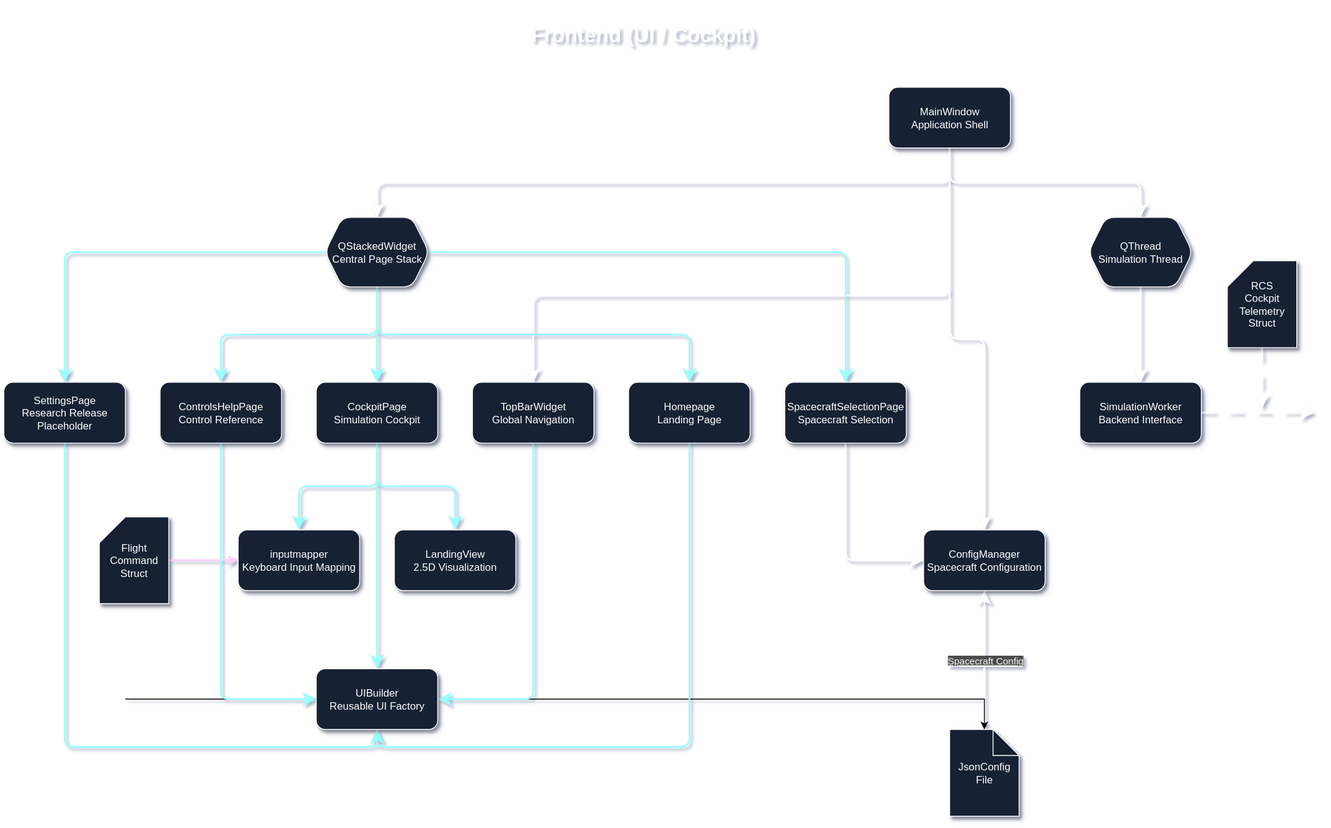
This is static/img/architecture/FrontEnd.drawio.svg from gerd-lrt-dev/aerospace-simulation, a draw.io export, as it was before one commit. Source tidied: cells renumbered, new cells last; positions are measured from the earlier drawing's top-left corner, leaving out a move shared by most shapes.
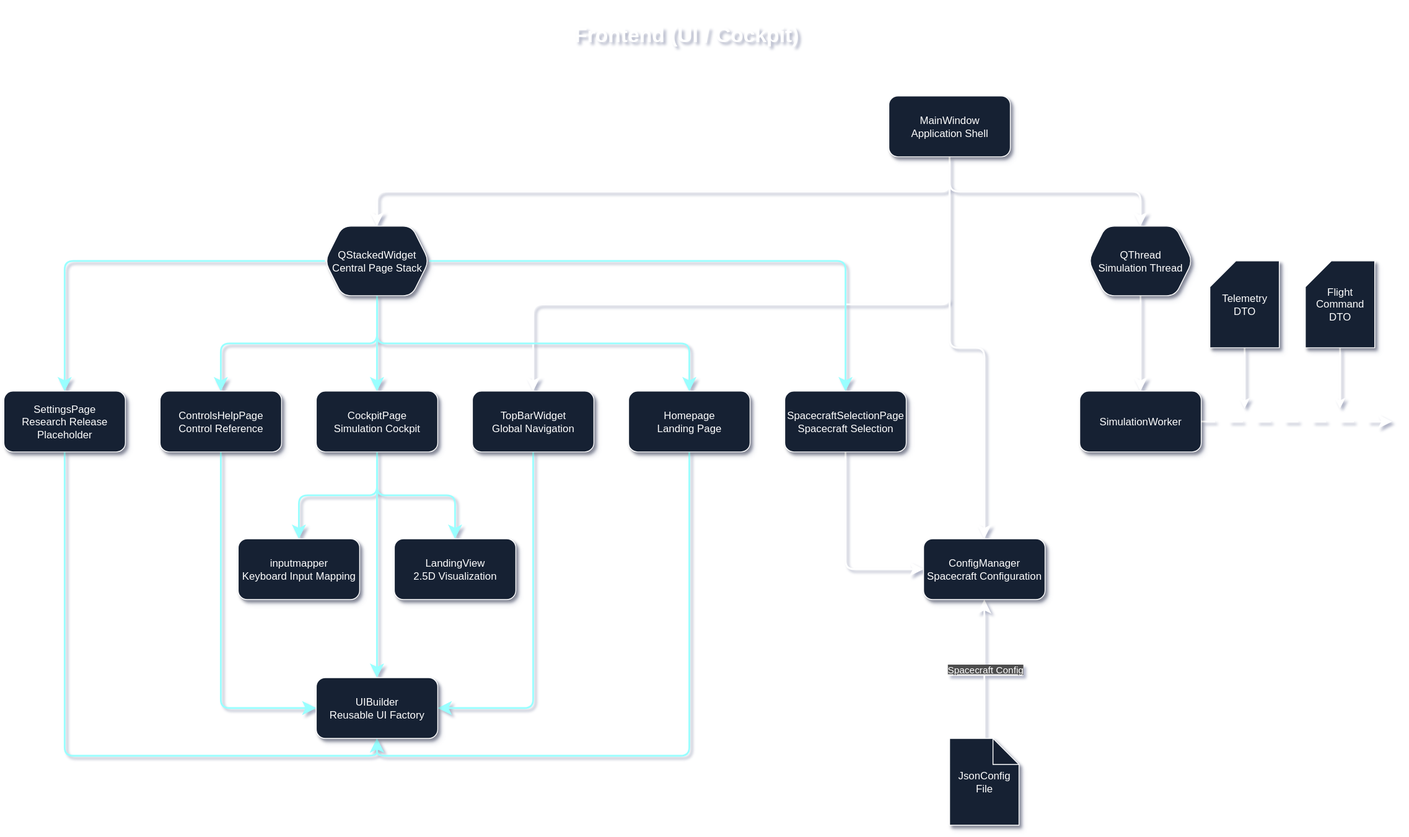
Above is the later version.

The edit, as a diff of the source:
```diff
@@ -9,7 +9,7 @@
       </mxGeometry>
     </mxCell>
     <mxCell id="3" value="&lt;h1&gt;&lt;b&gt;&lt;font style=&quot;color: rgb(255, 255, 255);&quot;&gt;Frontend (UI / Cockpit)&lt;/font&gt;&lt;/b&gt;&lt;/h1&gt;" style="text;html=1;align=center;verticalAlign=middle;whiteSpace=wrap;rounded=0;fillColor=none;" parent="1" vertex="1">
-      <mxGeometry x="582" width="310" height="80" as="geometry" />
+      <mxGeometry x="632" y="-10" width="310" height="80" as="geometry" />
     </mxCell>
     <mxCell id="4" style="edgeStyle=orthogonalEdgeStyle;rounded=1;jettySize=auto;html=1;exitX=0.5;exitY=0;exitDx=0;exitDy=0;exitPerimeter=0;entryX=0.5;entryY=1;entryDx=0;entryDy=0;curved=0;startArrow=none;startFill=0;strokeColor=#FFFFFF;endArrow=classic;endFill=1;strokeWidth=2;align=center;verticalAlign=middle;fontFamily=Helvetica;fontSize=11;fontColor=default;labelBackgroundColor=default;jumpSize=10;startSize=10;endSize=10;" parent="1" edge="1" source="5" target="41">
       <mxGeometry relative="1" as="geometry" />
@@ -17,16 +17,13 @@
     <mxCell id="5" value="&lt;font style=&quot;color: rgb(255, 255, 255);&quot;&gt;JsonConfig&lt;/font&gt;&lt;div&gt;&lt;font style=&quot;color: rgb(255, 255, 255);&quot;&gt;File&lt;/font&gt;&lt;/div&gt;" style="shape=note;whiteSpace=wrap;html=1;backgroundOutline=1;darkOpacity=0.05;strokeColor=#FFFFFF;fillColor=#162133;shadow=1;" parent="1" vertex="1">
       <mxGeometry x="1090" y="840" width="80" height="100" as="geometry" />
     </mxCell>
-    <mxCell id="6" style="edgeStyle=orthogonalEdgeStyle;rounded=0;jettySize=auto;html=1;" parent="1" edge="1" target="5">
-      <mxGeometry relative="1" as="geometry">
-        <mxPoint x="140" y="805" as="sourcePoint" />
-      </mxGeometry>
-    </mxCell>
-    <mxCell id="7" style="edgeStyle=orthogonalEdgeStyle;rounded=0;jettySize=auto;html=1;exitX=1;exitY=0.5;exitDx=0;exitDy=0;exitPerimeter=0;entryX=0;entryY=0.5;entryDx=0;entryDy=0;strokeWidth=2;strokeColor=#FFCCFF;" parent="1" edge="1" source="8" target="36">
-      <mxGeometry relative="1" as="geometry" />
-    </mxCell>
+    <mxCell id="45" style="edgeStyle=orthogonalEdgeStyle;rounded=0;jettySize=auto;html=1;exitX=0.5;exitY=1;exitDx=0;exitDy=0;exitPerimeter=0;strokeColor=#FFFFFF;strokeWidth=2;align=center;verticalAlign=middle;fontFamily=Helvetica;fontSize=11;fontColor=default;labelBackgroundColor=default;endArrow=classic;" parent="1" edge="1" source="8">
+      <mxGeometry relative="1" as="geometry">
+        <mxPoint x="1540" y="460" as="targetPoint" />
+      </mxGeometry>
+    </mxCell>
-    <mxCell id="8" value="&lt;font color=&quot;#ffffff&quot;&gt;Flight&lt;/font&gt;&lt;div&gt;&lt;font color=&quot;#ffffff&quot;&gt;Command&lt;/font&gt;&lt;/div&gt;&lt;div&gt;&lt;font color=&quot;#ffffff&quot;&gt;Struct&lt;/font&gt;&lt;/div&gt;" style="shape=card;whiteSpace=wrap;html=1;strokeColor=#FFFFFF;fillColor=#162133;shadow=1;rounded=0;align=center;verticalAlign=middle;fontFamily=Helvetica;fontSize=12;fontColor=default;" parent="1" vertex="1">
-      <mxGeometry x="110" y="595" width="80" height="100" as="geometry" />
+    <mxCell id="8" value="&lt;font color=&quot;#ffffff&quot;&gt;Flight&lt;/font&gt;&lt;div&gt;&lt;font color=&quot;#ffffff&quot;&gt;Command&lt;/font&gt;&lt;/div&gt;&lt;div&gt;&lt;font color=&quot;#ffffff&quot;&gt;DTO&lt;/font&gt;&lt;/div&gt;" style="shape=card;whiteSpace=wrap;html=1;strokeColor=#FFFFFF;fillColor=#162133;shadow=1;rounded=0;align=center;verticalAlign=middle;fontFamily=Helvetica;fontSize=12;fontColor=default;" parent="1" vertex="1">
+      <mxGeometry x="1500" y="290" width="80" height="100" as="geometry" />
     </mxCell>
     <mxCell id="9" style="edgeStyle=orthogonalEdgeStyle;rounded=1;jettySize=auto;html=1;exitX=0.5;exitY=1;exitDx=0;exitDy=0;entryX=0.5;entryY=0;entryDx=0;entryDy=0;curved=0;strokeColor=#FFFFFF;startSize=10;endSize=10;jumpSize=10;strokeWidth=2;" parent="1" edge="1" source="13" target="17">
       <mxGeometry relative="1" as="geometry" />
@@ -50,10 +47,10 @@
     </mxCell>
     <mxCell id="14" style="edgeStyle=orthogonalEdgeStyle;rounded=1;jettySize=auto;html=1;exitX=1;exitY=0.5;exitDx=0;exitDy=0;strokeColor=#FFFFFF;strokeWidth=2;align=center;verticalAlign=middle;fontFamily=Helvetica;fontSize=11;fontColor=default;labelBackgroundColor=default;jumpSize=10;startSize=10;endArrow=classic;endSize=10;curved=0;dashed=1;dashPattern=8 8;" parent="1" edge="1" source="15">
       <mxGeometry relative="1" as="geometry">
-        <mxPoint x="1510" y="475" as="targetPoint" />
+        <mxPoint x="1600" y="475" as="targetPoint" />
       </mxGeometry>
     </mxCell>
-    <mxCell id="15" value="&lt;font color=&quot;#ffffff&quot;&gt;SimulationWorker&lt;/font&gt;&lt;div&gt;&lt;font color=&quot;#ffffff&quot;&gt;Backend Interface&lt;/font&gt;&lt;/div&gt;" style="rounded=1;whiteSpace=wrap;html=1;strokeColor=#FFFFFF;fillColor=#162133;shadow=1;" parent="1" vertex="1">
+    <mxCell id="15" value="&lt;font color=&quot;#ffffff&quot;&gt;SimulationWorker&lt;/font&gt;" style="rounded=1;whiteSpace=wrap;html=1;strokeColor=#FFFFFF;fillColor=#162133;shadow=1;" parent="1" vertex="1">
       <mxGeometry x="1240" y="440" width="140" height="70" as="geometry" />
     </mxCell>
     <mxCell id="16" style="edgeStyle=orthogonalEdgeStyle;rounded=1;jettySize=auto;html=1;exitX=0.5;exitY=1;exitDx=0;exitDy=0;entryX=0.5;entryY=0;entryDx=0;entryDy=0;strokeColor=#FFFFFF;strokeWidth=2;align=center;verticalAlign=middle;fontFamily=Helvetica;fontSize=11;fontColor=default;labelBackgroundColor=default;jumpSize=10;startSize=10;endArrow=classic;endSize=10;curved=0;" parent="1" edge="1" source="17" target="15">
@@ -137,13 +134,13 @@
     <mxCell id="42" value="&lt;span style=&quot;background-color: rgb(77, 77, 77);&quot;&gt;&lt;font style=&quot;color: rgb(255, 255, 255);&quot;&gt;&lt;u&gt;Spacecraft Config&lt;/u&gt;&lt;/font&gt;&lt;/span&gt;" style="edgeLabel;html=1;align=center;verticalAlign=middle;" parent="1" vertex="1">
       <mxGeometry x="1130" y="760" as="geometry" />
     </mxCell>
-    <mxCell id="43" style="edgeStyle=orthogonalEdgeStyle;rounded=1;jettySize=auto;html=1;exitX=0.5;exitY=1;exitDx=0;exitDy=0;exitPerimeter=0;dashed=1;dashPattern=8 8;strokeColor=#FFFFFF;strokeWidth=2;align=center;verticalAlign=middle;fontFamily=Helvetica;fontSize=11;fontColor=default;labelBackgroundColor=default;jumpSize=10;startSize=10;endArrow=classic;endSize=10;curved=0;" parent="1" edge="1" source="44">
-      <mxGeometry relative="1" as="geometry">
-        <mxPoint x="1450" y="470" as="targetPoint" />
-      </mxGeometry>
-    </mxCell>
+    <mxCell id="46" style="edgeStyle=orthogonalEdgeStyle;rounded=0;jettySize=auto;html=1;exitX=0.5;exitY=1;exitDx=0;exitDy=0;exitPerimeter=0;strokeColor=#FFFFFF;strokeWidth=2;" parent="1" edge="1" source="44">
+      <mxGeometry relative="1" as="geometry">
+        <mxPoint x="1430" y="460" as="targetPoint" />
+      </mxGeometry>
+    </mxCell>
-    <mxCell id="44" value="&lt;font color=&quot;#ffffff&quot;&gt;RCS&lt;/font&gt;&lt;div&gt;&lt;font color=&quot;#ffffff&quot;&gt;Cockpit&lt;/font&gt;&lt;/div&gt;&lt;div&gt;&lt;font color=&quot;#ffffff&quot;&gt;Telemetry&lt;/font&gt;&lt;/div&gt;&lt;div&gt;&lt;font color=&quot;#ffffff&quot;&gt;Struct&lt;/font&gt;&lt;/div&gt;" style="shape=card;whiteSpace=wrap;html=1;strokeColor=#FFFFFF;fillColor=#162133;shadow=1;rounded=0;align=center;verticalAlign=middle;fontFamily=Helvetica;fontSize=12;fontColor=default;" parent="1" vertex="1">
-      <mxGeometry x="1410" y="300" width="80" height="100" as="geometry" />
+    <mxCell id="44" value="&lt;font color=&quot;#ffffff&quot;&gt;Telemetry&lt;/font&gt;&lt;div&gt;&lt;font color=&quot;#ffffff&quot;&gt;DTO&lt;/font&gt;&lt;/div&gt;" style="shape=card;whiteSpace=wrap;html=1;strokeColor=#FFFFFF;fillColor=#162133;shadow=1;rounded=0;align=center;verticalAlign=middle;fontFamily=Helvetica;fontSize=12;fontColor=default;" parent="1" vertex="1">
+      <mxGeometry x="1390" y="290" width="80" height="100" as="geometry" />
     </mxCell>
   </root>
 </mxGraphModel>
```
